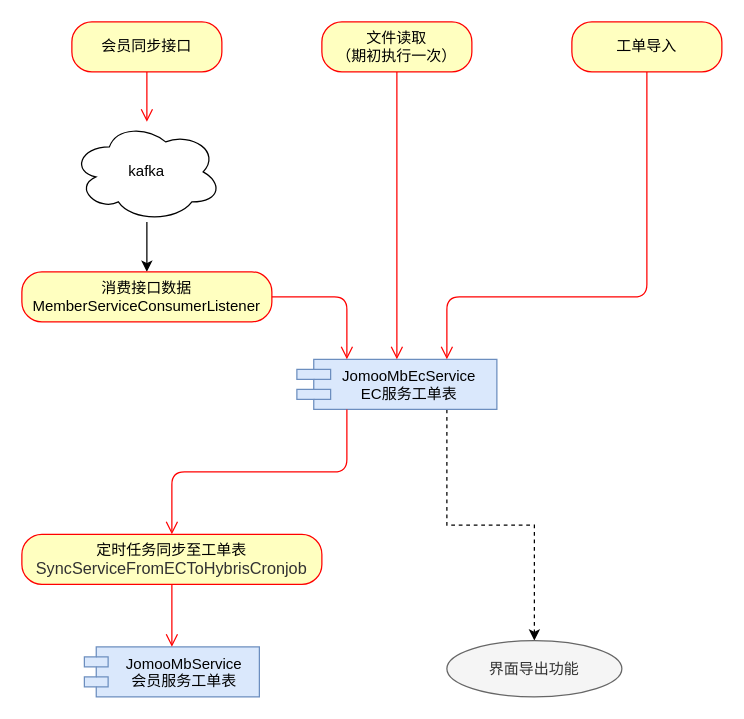
The draw.io diagram 会员EC工单.drawio in whenheshi/diagrams, before the edit. Source tidied: cells renumbered, new cells numbered last; positions are measured from the earlier drawing's top-left corner, leaving out a move shared by most shapes. Both pictures are drawn from the tidied source at 125%, with x=0, y=0 at pixel (21, 21).
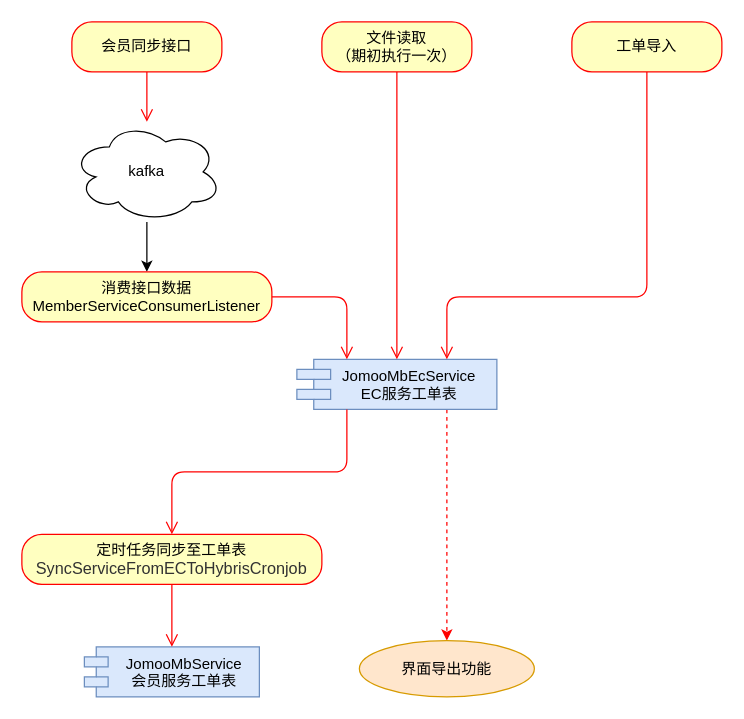
The same diagram, later.

Commit message (it also covers changes not shown here):
更新会员EC工单.drawio

The change refers to these unchanged cells:
```xml
<mxCell id="3" value="JomooMbEcService&#10;EC服务工单表" style="shape=module;align=left;spacingLeft=20;align=center;verticalAlign=top;jettyWidth=27;jettyHeight=8;fillColor=#dae8fc;strokeColor=#6c8ebf;" parent="1" vertex="1">
  <mxGeometry x="220" y="270" width="160" height="40" as="geometry" />
</mxCell>
```

Change to the diagram source:
```diff
@@
-    <mxCell id="2" style="edgeStyle=orthogonalEdgeStyle;rounded=0;jettySize=auto;html=1;exitX=0.75;exitY=1;exitDx=0;exitDy=0;dashed=1;" parent="1" edge="1" source="3" target="18">
+    <mxCell id="2" style="edgeStyle=orthogonalEdgeStyle;rounded=1;jettySize=auto;html=1;exitX=0.75;exitY=1;exitDx=0;exitDy=0;dashed=1;strokeColor=#FF0000;" parent="1" edge="1" source="3" target="18">
       <mxGeometry relative="1" as="geometry" />
     </mxCell>
@@
-    <mxCell id="18" value="界面导出功能" style="ellipse;whiteSpace=wrap;html=1;fillColor=#f5f5f5;strokeColor=#666666;fontColor=#333333;" parent="1" vertex="1">
-      <mxGeometry x="340" y="495" width="140" height="45" as="geometry" />
+    <mxCell id="18" value="界面导出功能" style="ellipse;whiteSpace=wrap;html=1;fillColor=#ffe6cc;strokeColor=#d79b00;" parent="1" vertex="1">
+      <mxGeometry x="270" y="495" width="140" height="45" as="geometry" />
     </mxCell>
```
